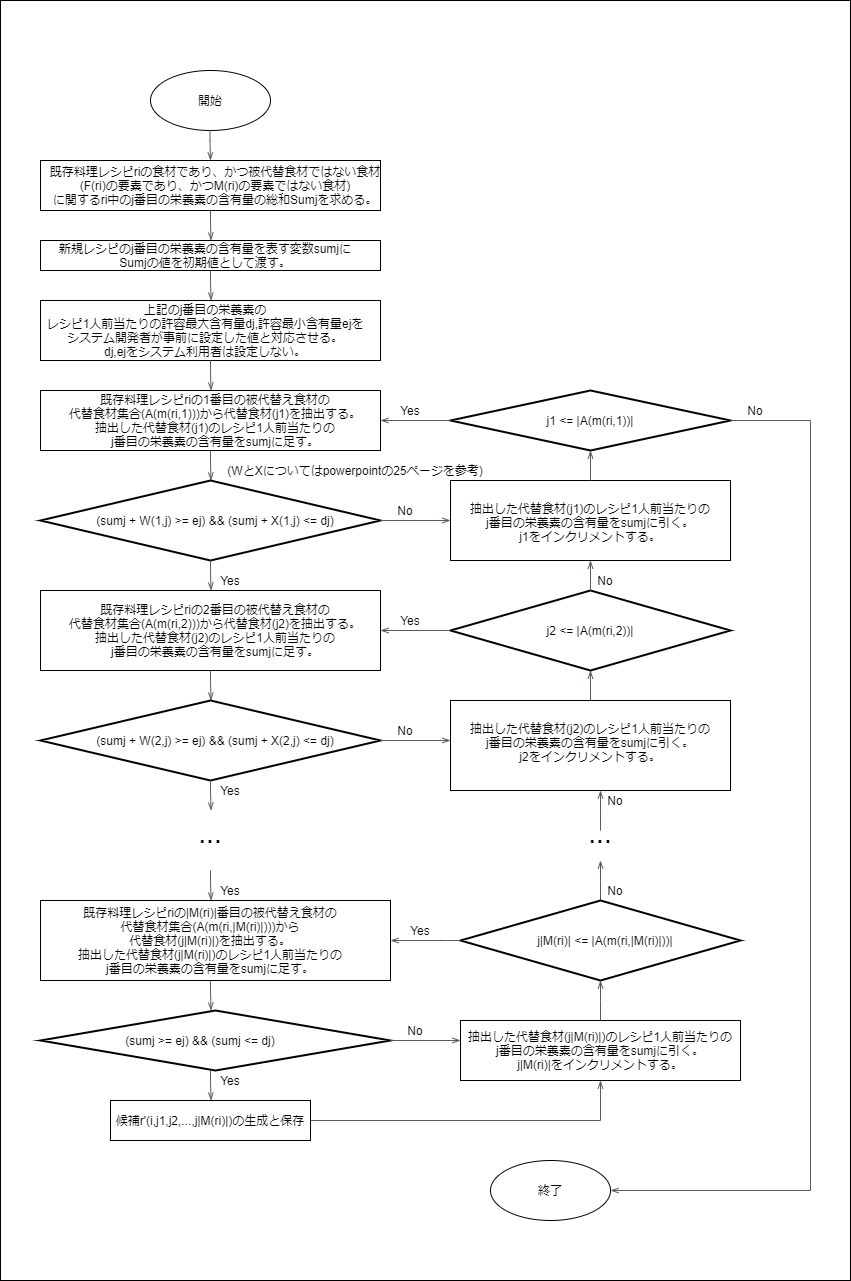
The draw.io diagram 従来研究フロー図.png in jokertennis/github-flow-practice, before a commit. Source tidied: cells renumbered, new cells last; positions are measured from the earlier drawing's top-left corner, leaving out a move shared by most shapes.
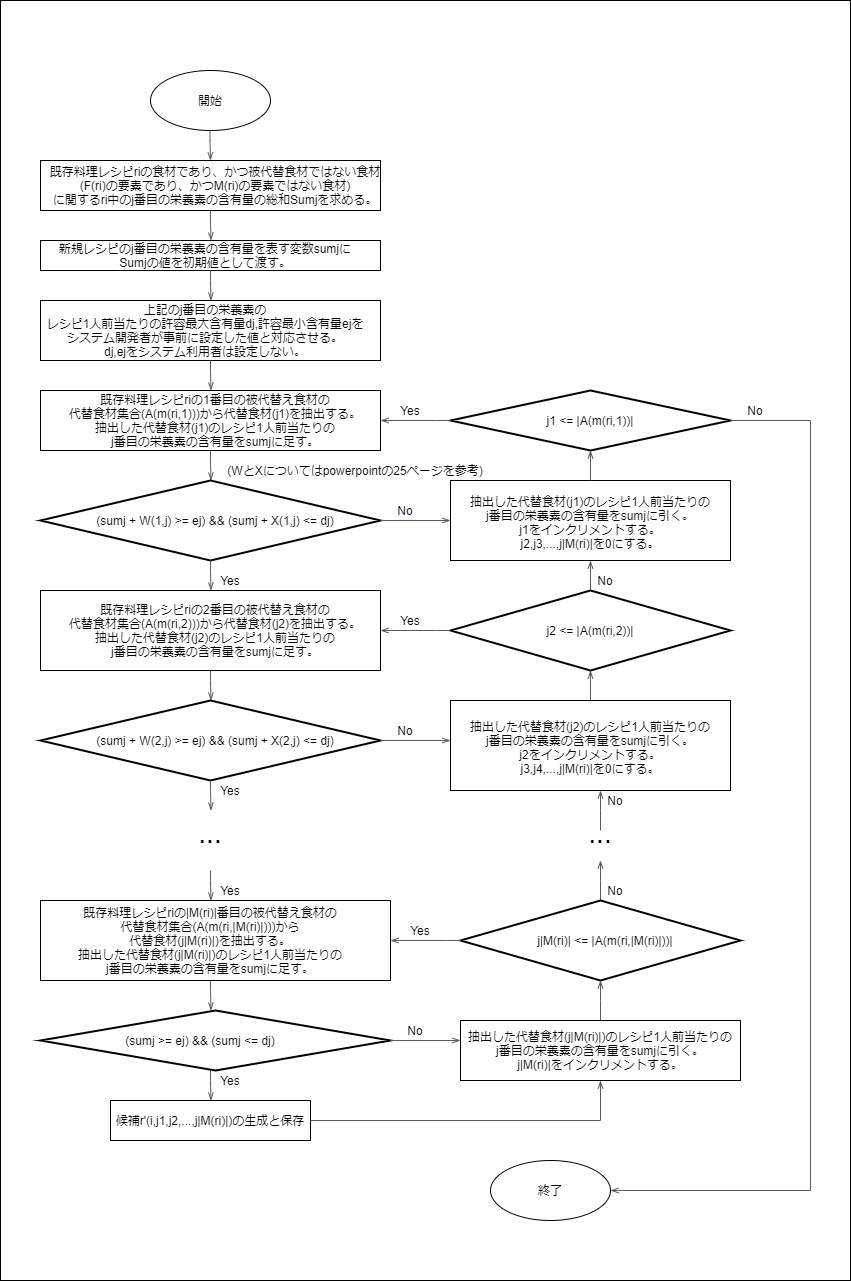
Later version of the same file.

Commit message:
Update 従来研究フロー図.png

Diff of the diagram source:
```diff
@@ -193,8 +193,8 @@
     <mxCell id="39" style="verticalLabelPosition=bottom;verticalAlign=top;html=1;shape=mxgraph.basic.rect;fillColor2=none;strokeWidth=1;size=20;indent=5;rounded=0;labelBackgroundColor=#ffffff;sketch=0;fillColor=none;labelBorderColor=none;" parent="1" vertex="1">
       <mxGeometry x="450" y="700" width="280" height="90" as="geometry" />
     </mxCell>
-    <mxCell id="40" value="&#10;抽出した代替食材(j2)のレシピ1人前当たりの&#10;j番目の栄養素の含有量をsumjに引く。&#10;j2をインクリメントする。" style="text;align=center;verticalAlign=middle;" parent="1" vertex="1">
-      <mxGeometry x="460" y="705" width="260" height="60" as="geometry" />
+    <mxCell id="40" value="&#10;抽出した代替食材(j2)のレシピ1人前当たりの&#10;j番目の栄養素の含有量をsumjに引く。&#10;j2をインクリメントする。&#10;j3,j4,...,j|M(ri)|を0にする。" style="text;align=center;verticalAlign=middle;" parent="1" vertex="1">
+      <mxGeometry x="460" y="700" width="260" height="80" as="geometry" />
     </mxCell>
     <mxCell id="41" style="edgeStyle=orthogonalEdgeStyle;html=1;endArrow=openThin;elbow=vertical;startArrow=none;endFill=0;strokeColor=#545B64;rounded=0;" parent="1" edge="1">
       <mxGeometry relative="1" as="geometry">
@@ -218,8 +218,8 @@
     <mxCell id="43" style="verticalLabelPosition=bottom;verticalAlign=top;html=1;shape=mxgraph.basic.rect;fillColor2=none;strokeWidth=1;size=20;indent=5;rounded=0;labelBackgroundColor=#ffffff;sketch=0;fillColor=none;labelBorderColor=none;" parent="1" vertex="1">
       <mxGeometry x="450" y="480" width="280" height="80" as="geometry" />
     </mxCell>
-    <mxCell id="44" value="&#10;抽出した代替食材(j1)のレシピ1人前当たりの&#10;j番目の栄養素の含有量をsumjに引く。&#10;j1をインクリメントする。" style="text;align=center;verticalAlign=middle;" parent="1" vertex="1">
-      <mxGeometry x="460" y="485" width="260" height="60" as="geometry" />
+    <mxCell id="44" value="&#10;抽出した代替食材(j1)のレシピ1人前当たりの&#10;j番目の栄養素の含有量をsumjに引く。&#10;j1をインクリメントする。&#10;j2,j3,...,j|M(ri)|を0にする。" style="text;align=center;verticalAlign=middle;" parent="1" vertex="1">
+      <mxGeometry x="460" y="475" width="260" height="80" as="geometry" />
     </mxCell>
     <mxCell id="45" style="edgeStyle=orthogonalEdgeStyle;html=1;endArrow=openThin;elbow=vertical;startArrow=none;endFill=0;strokeColor=#545B64;rounded=0;" parent="1" edge="1">
       <mxGeometry relative="1" as="geometry">
```
